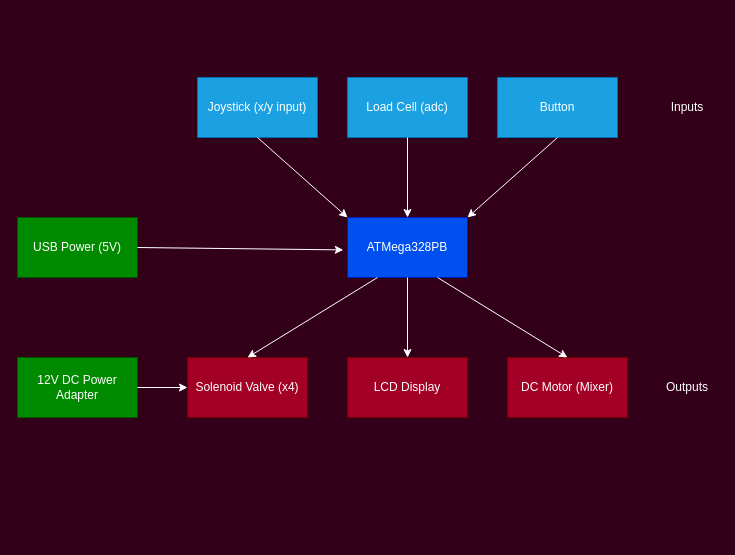
Earlier version of the draw.io diagram prime-hydration.drawio (ese3500/final-project-prime-hydration). Source tidied: cells renumbered, new cells numbered last; positions are measured from the earlier drawing's top-left corner, leaving out a move shared by most shapes. Both pictures are drawn from the tidied source at 100%, with x=0, y=0 at pixel (17, 77).
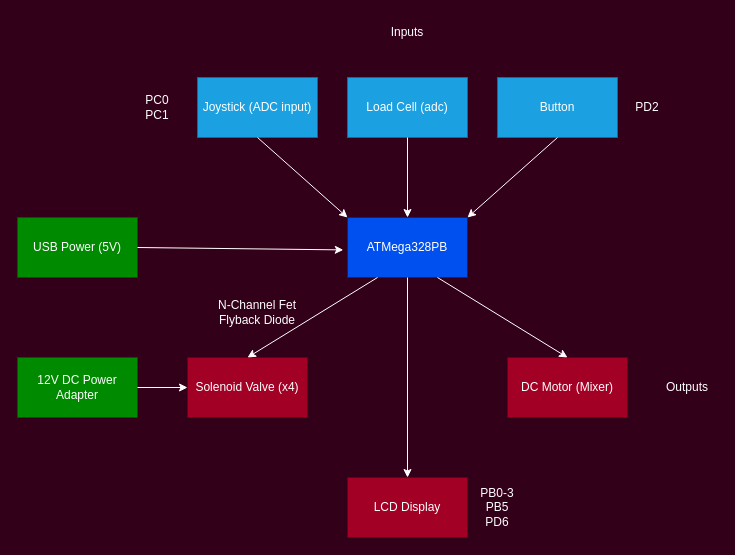
After the change.

Change to the diagram source:
```diff
@@
     <mxCell id="4" value="LCD Display" style="rounded=0;whiteSpace=wrap;html=1;fillColor=#a20025;fontColor=#ffffff;strokeColor=#6F0000;" parent="1" vertex="1">
-      <mxGeometry x="330" y="280" width="120" height="60" as="geometry" />
+      <mxGeometry x="330" y="400" width="120" height="60" as="geometry" />
     </mxCell>
-    <mxCell id="5" value="Joystick (x/y input)" style="rounded=0;whiteSpace=wrap;html=1;fillColor=#1ba1e2;fontColor=#ffffff;strokeColor=#006EAF;" parent="1" vertex="1">
+    <mxCell id="5" value="Joystick (ADC input)" style="rounded=0;whiteSpace=wrap;html=1;fillColor=#1ba1e2;fontColor=#ffffff;strokeColor=#006EAF;" parent="1" vertex="1">
       <mxGeometry x="180" width="120" height="60" as="geometry" />
     </mxCell>
@@
     <mxCell id="17" value="&lt;font color=&quot;#ffffff&quot;&gt;Inputs&lt;/font&gt;" style="text;html=1;align=center;verticalAlign=middle;whiteSpace=wrap;rounded=0;" parent="1" vertex="1">
-      <mxGeometry x="640" y="15" width="60" height="30" as="geometry" />
+      <mxGeometry x="360" y="-60" width="60" height="30" as="geometry" />
     </mxCell>
@@
+    <mxCell id="21" value="&lt;font color=&quot;#ffffff&quot;&gt;PB0-3&lt;/font&gt;&lt;div&gt;&lt;font color=&quot;#ffffff&quot;&gt;PB5&lt;br&gt;PD6&lt;/font&gt;&lt;/div&gt;" style="text;html=1;align=center;verticalAlign=middle;whiteSpace=wrap;rounded=0;" parent="1" vertex="1">
+      <mxGeometry x="450" y="415" width="60" height="30" as="geometry" />
+    </mxCell>
+    <mxCell id="22" value="&lt;font color=&quot;#ffffff&quot;&gt;PC0&lt;/font&gt;&lt;div&gt;&lt;font color=&quot;#ffffff&quot;&gt;PC&lt;/font&gt;&lt;span style=&quot;color: rgb(255, 255, 255); background-color: initial;&quot;&gt;1&lt;/span&gt;&lt;/div&gt;" style="text;html=1;align=center;verticalAlign=middle;whiteSpace=wrap;rounded=0;" parent="1" vertex="1">
+      <mxGeometry x="110" y="15" width="60" height="30" as="geometry" />
+    </mxCell>
+    <mxCell id="23" value="&lt;font color=&quot;#ffffff&quot;&gt;PD2&lt;/font&gt;" style="text;html=1;align=center;verticalAlign=middle;whiteSpace=wrap;rounded=0;" parent="1" vertex="1">
+      <mxGeometry x="600" y="15" width="60" height="30" as="geometry" />
+    </mxCell>
+    <mxCell id="24" value="&lt;font color=&quot;#ffffff&quot;&gt;N-Channel Fet&lt;/font&gt;&lt;div&gt;&lt;font color=&quot;#ffffff&quot;&gt;Flyback Diode&lt;/font&gt;&lt;/div&gt;" style="text;html=1;align=center;verticalAlign=middle;whiteSpace=wrap;rounded=0;" parent="1" vertex="1">
+      <mxGeometry x="190" y="220" width="100" height="30" as="geometry" />
+    </mxCell>
```
